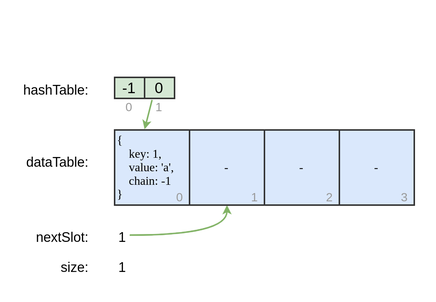
Above: 2021-ru-es6-collection-internals/slides/images/close-table-6.png in puzpuzpuz/talks (draw.io), before the change. Source tidied: cells renumbered, new cells last; positions are measured from the earlier drawing's top-left corner, leaving out a move shared by most shapes.
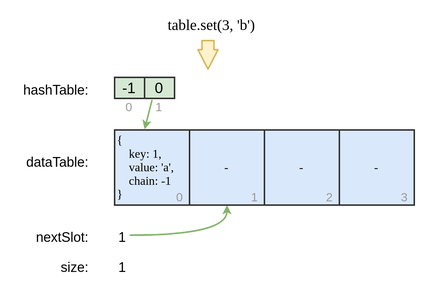
After the commit.

What changed in the source:
```diff
@@ -66,8 +66,14 @@
     <mxCell id="21" value="3" style="text;html=1;strokeColor=none;fillColor=none;align=right;verticalAlign=middle;whiteSpace=wrap;rounded=0;opacity=0;fontSize=8;spacingRight=2;spacingLeft=2;fontColor=#999999;" parent="1" vertex="1">
       <mxGeometry x="220" y="120" width="50" height="10" as="geometry" />
     </mxCell>
-    <mxCell id="22" value="table.set(1, 'a')" style="text;html=1;fillColor=none;align=center;verticalAlign=middle;whiteSpace=wrap;rounded=0;fontFamily=Lucida Console;fontSize=10;textOpacity=0;strokeColor=#FFFFFF;" parent="1" vertex="1">
+    <mxCell id="22" value="table.set(3, 'b')" style="text;html=1;fillColor=none;align=center;verticalAlign=middle;whiteSpace=wrap;rounded=0;fontFamily=Lucida Console;fontSize=10;strokeColor=#FFFFFF;" parent="1" vertex="1">
       <mxGeometry width="270" height="20" as="geometry" />
     </mxCell>
+    <mxCell id="23" style="shape=flexArrow;endArrow=classic;html=1;strokeColor=#d6b656;endWidth=4.444444444444445;endSize=3.9786407766990286;startSize=3;width=8;fillColor=#fff2cc;" parent="1" edge="1">
+      <mxGeometry relative="1" as="geometry">
+        <mxPoint x="132.3" y="20" as="sourcePoint" />
+        <mxPoint x="132.3" y="40" as="targetPoint" />
+      </mxGeometry>
+    </mxCell>
   </root>
 </mxGraphModel>
```
